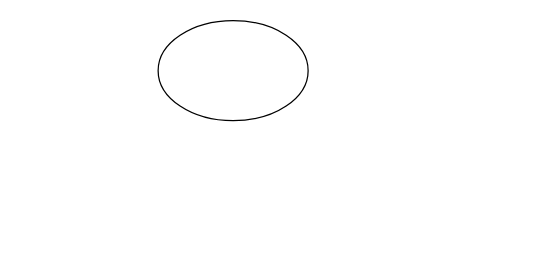
This is Diagrama sin título.drawio from brayanmar/trading, a draw.io file, before an edit. Source tidied: cells renumbered, new cells numbered last; positions are measured from the earlier drawing's top-left corner, leaving out a move shared by most shapes. Both pictures are drawn from the tidied source at 125%, with x=0, y=0 at pixel (158, 20).
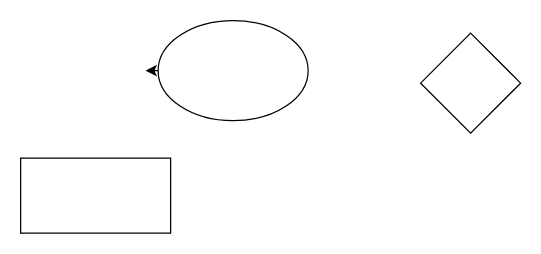
The same page after the edit.

Change to the diagram source:
```diff
@@
 <mxGraphModel>
   <root>
     <mxCell id="0" />
     <mxCell id="1" parent="0" />
+    <mxCell id="3" style="edgeStyle=orthogonalEdgeStyle;rounded=0;jettySize=auto;html=1;exitX=0;exitY=0.5;exitDx=0;exitDy=0;" parent="1" edge="1" source="2">
+      <mxGeometry relative="1" as="geometry">
+        <mxPoint x="-10" y="40" as="targetPoint" />
+      </mxGeometry>
+    </mxCell>
     <mxCell id="2" style="ellipse;whiteSpace=wrap;html=1;" parent="1" vertex="1">
       <mxGeometry width="120" height="80" as="geometry" />
     </mxCell>
+    <mxCell id="4" style="rounded=0;whiteSpace=wrap;html=1;fontSize=16;" parent="1" vertex="1">
+      <mxGeometry x="-110" y="110" width="120" height="60" as="geometry" />
+    </mxCell>
+    <mxCell id="5" style="rhombus;whiteSpace=wrap;html=1;" parent="1" vertex="1">
+      <mxGeometry x="210" y="10" width="80" height="80" as="geometry" />
+    </mxCell>
   </root>
 </mxGraphModel>
```
